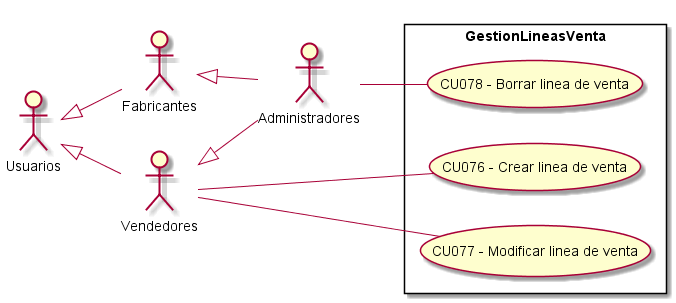
Above: Informe Final/Imagenes/ModeladoDeCasosDeUso/DiagramaDeCasosDeUso/GestionLineasVenta.png in ZMGestion/DocumentacionZMGestion (PlantUML), before the change.
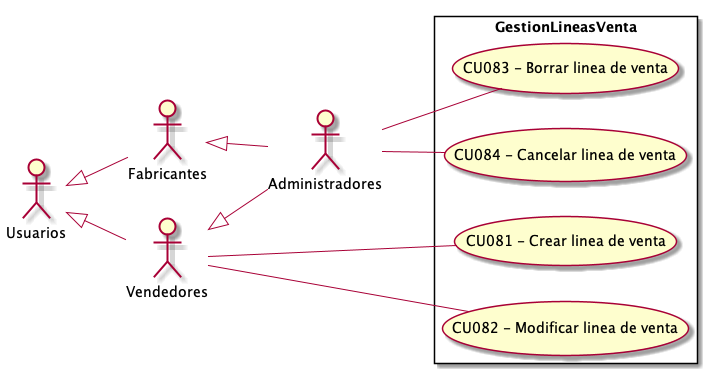
The same diagram one commit later.

The edit, as a diff of the source:
```diff
@@ -13,12 +13,15 @@
  left to right direction
 
 rectangle GestionLineasVenta{
-    UseCase "CU076 - Crear linea de venta" as C
-    UseCase "CU077 - Modificar linea de venta" as M
-    UseCase "CU078 - Borrar linea de venta" as B
+    UseCase "CU081 - Crear linea de venta" as C
+    UseCase "CU082 - Modificar linea de venta" as M
+    UseCase "CU083 - Borrar linea de venta" as B
+    UseCase "CU084 - Cancelar linea de venta" as Cancelar
 }
     Vendedores -- C
     Administradores -- B
     Vendedores -- M
+    Administradores -- Cancelar
+
 
 @enduml
```
